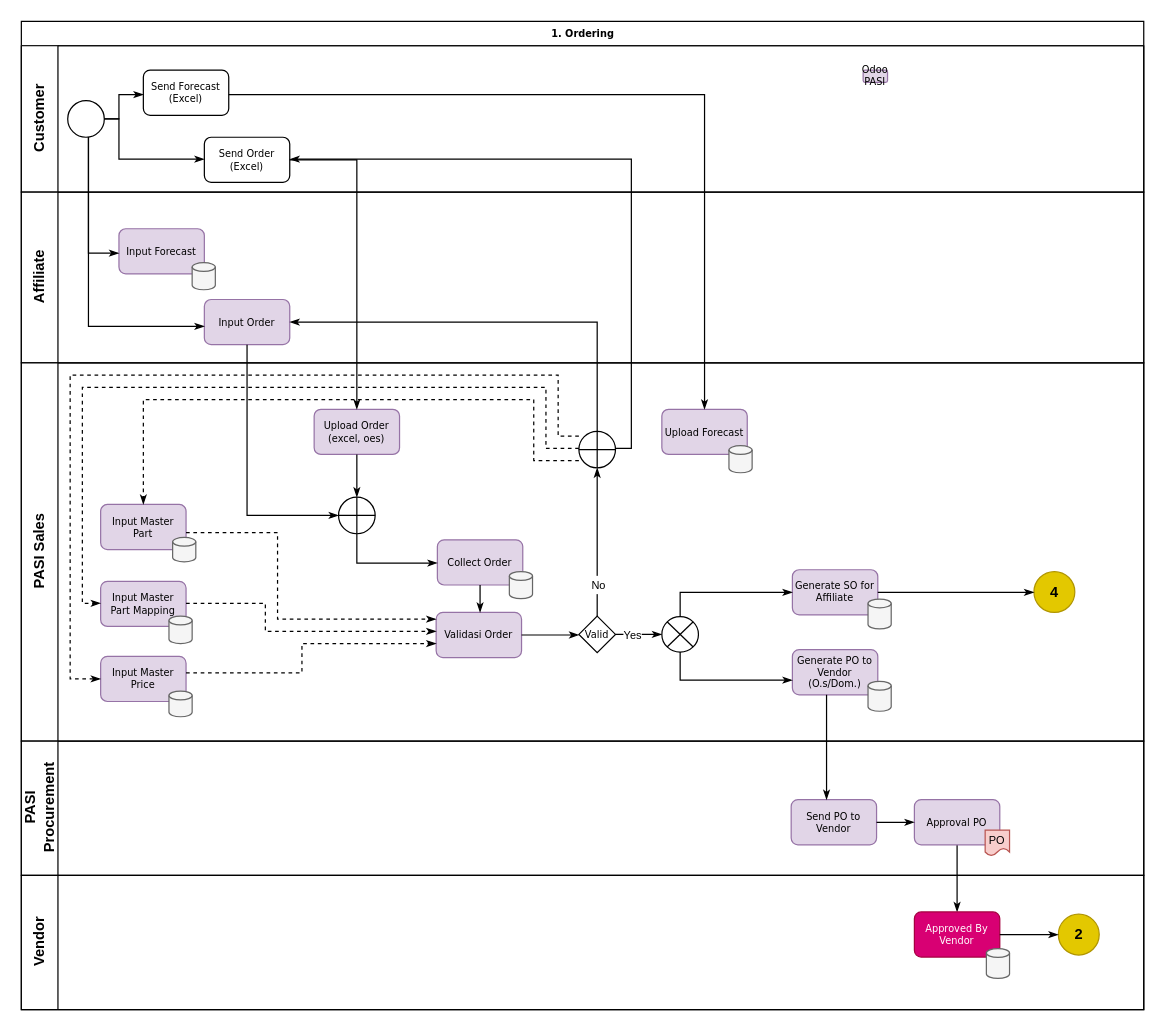
hendrasaputra0501/pasi-bpa keeps this draw.io diagram as page "1. Ordering" (2 of 8) of PASI - PPS.drawio. Above is the earlier version. Source tidied: cells renumbered, new cells numbered last; positions are measured from the earlier drawing's top-left corner, leaving out a move shared by most shapes. Both pictures are drawn from the tidied source at 122%, with x=0, y=0 at pixel (21, 21).
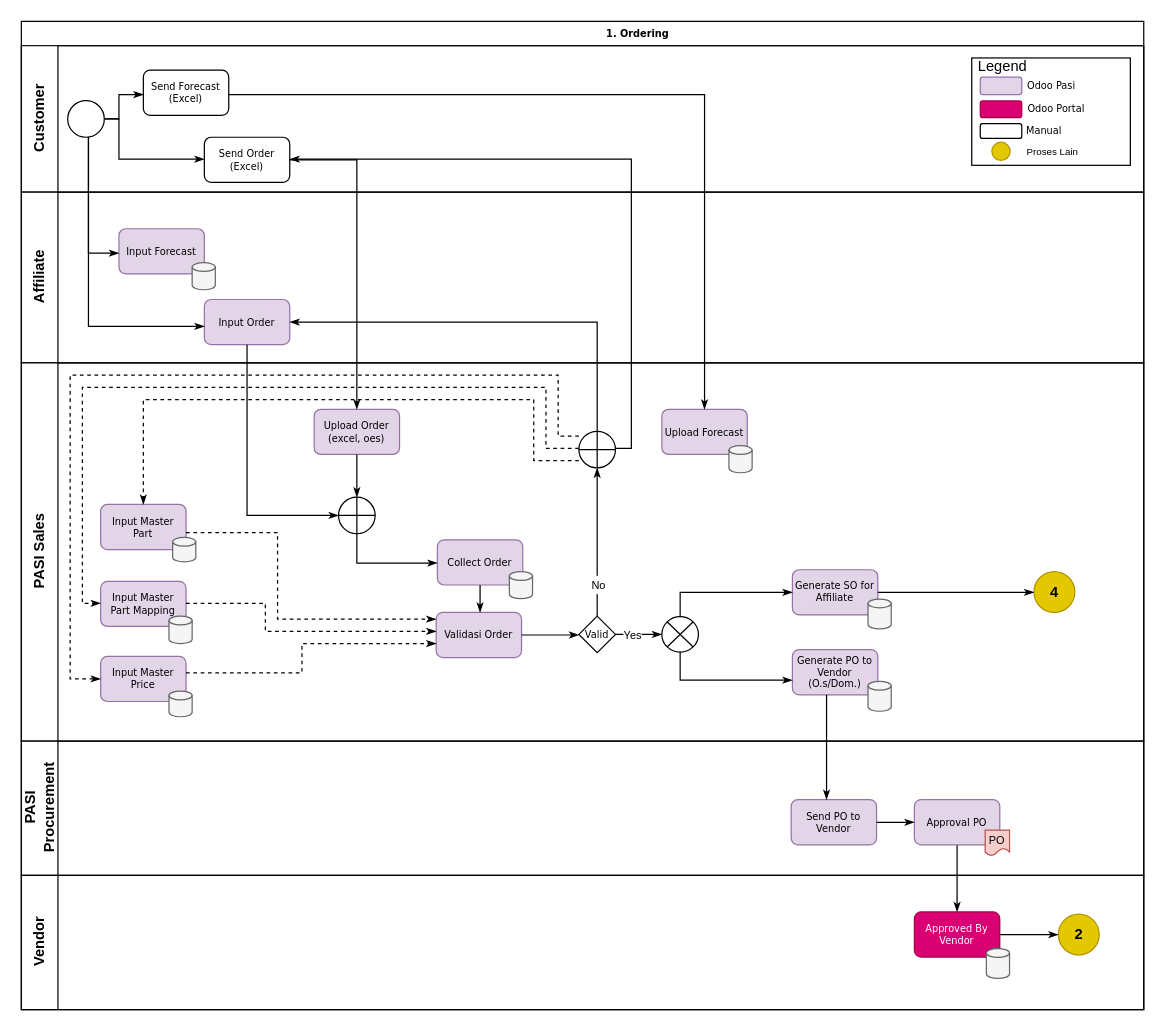
The same page after the edit.

Unchanged cells that the change refers to:
```xml
<mxCell id="3" value="Customer" style="swimlane;html=1;startSize=30;horizontal=0;" parent="2" vertex="1">
  <mxGeometry y="20" width="920" height="120" as="geometry" />
</mxCell>
```

Diff of the diagram source:
```diff
@@
-    <mxCell id="2" value="1. Ordering" style="swimlane;html=1;horizontal=1;startSize=20;rounded=0;shadow=0;labelBackgroundColor=none;strokeWidth=1;fontFamily=Verdana;fontSize=8;align=center;" parent="1" vertex="1">
+    <mxCell id="2" value="1. Ordering" style="swimlane;html=1;horizontal=1;startSize=20;rounded=0;shadow=0;labelBackgroundColor=none;strokeWidth=1;fontFamily=Verdana;fontSize=8;align=center;spacingLeft=90;" parent="1" vertex="1">
       <mxGeometry width="920" height="810" as="geometry" />
     </mxCell>
@@
-    <mxCell id="9" value="Odoo PASI" style="rounded=1;whiteSpace=wrap;html=1;shadow=0;strokeColor=#9673a6;strokeWidth=1;align=center;verticalAlign=middle;fontFamily=Verdana;fontSize=8;fontColor=default;labelBackgroundColor=none;fillColor=#e1d5e7;" parent="3" vertex="1">
-      <mxGeometry x="690" y="20" width="20" height="10" as="geometry" />
-    </mxCell>
+    <mxCell id="72" style="group;" parent="3" vertex="1">
+      <mxGeometry x="779" y="10" width="130" height="88" as="geometry" />
+    </mxCell>
+    <mxCell id="73" value="Legend" style="rounded=0;html=1;spacingLeft=-80;spacingTop=-75;" parent="72" vertex="1">
+      <mxGeometry width="130" height="88" as="geometry" />
+    </mxCell>
+    <mxCell id="74" value="Odoo Pasi" style="rounded=1;html=1;shadow=0;labelBackgroundColor=none;strokeWidth=1;fontFamily=Verdana;fontSize=8;align=center;strokeColor=#9673a6;verticalAlign=middle;fontColor=default;fillColor=#e1d5e7;spacingLeft=82;" parent="72" vertex="1">
+      <mxGeometry x="7" y="15.8" width="34" height="14.2" as="geometry" />
+    </mxCell>
+    <mxCell id="75" value="Odoo Portal" style="rounded=1;html=1;shadow=0;labelBackgroundColor=none;strokeWidth=1;fontFamily=Verdana;fontSize=8;align=center;fillColor=#d80073;fontColor=#000000;strokeColor=#A50040;spacingLeft=90;" parent="72" vertex="1">
+      <mxGeometry x="7" y="35.2" width="34" height="13.8" as="geometry" />
+    </mxCell>
+    <mxCell id="76" value="Manual" style="rounded=1;html=1;shadow=0;labelBackgroundColor=none;strokeWidth=1;fontFamily=Verdana;fontSize=8;align=center;spacingLeft=70;" parent="72" vertex="1">
+      <mxGeometry x="7" y="53.8" width="34" height="12.2" as="geometry" />
+    </mxCell>
+    <mxCell id="77" value="Proses Lain" style="ellipse;html=1;strokeColor=#B09500;align=center;verticalAlign=middle;fontFamily=Helvetica;fontSize=8;fontColor=#000000;fillColor=#e3c800;spacingLeft=84;" parent="72" vertex="1">
+      <mxGeometry x="16.5" y="69" width="15" height="15" as="geometry" />
+    </mxCell>
```
